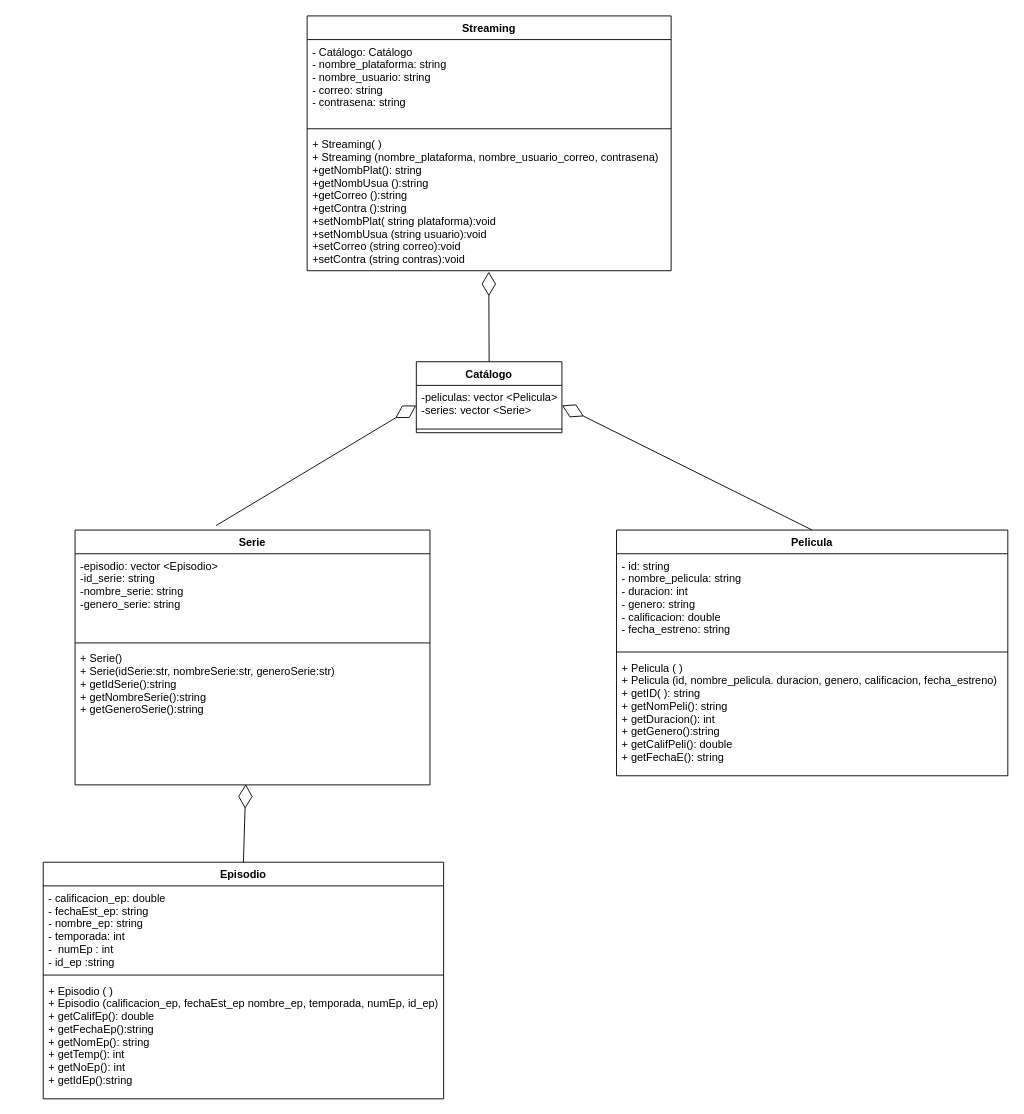
rosafigueroaA01748086/proyectointegrador-A01748800 keeps this draw.io diagram as page "UML" (1 of 2) of streaming.drawio. Above is the earlier version. Source tidied: cells renumbered, new cells numbered last; positions are measured from the earlier drawing's top-left corner, leaving out a move shared by most shapes. Both pictures are drawn from the tidied source at 91%, with x=0, y=0 at pixel (43, 15).
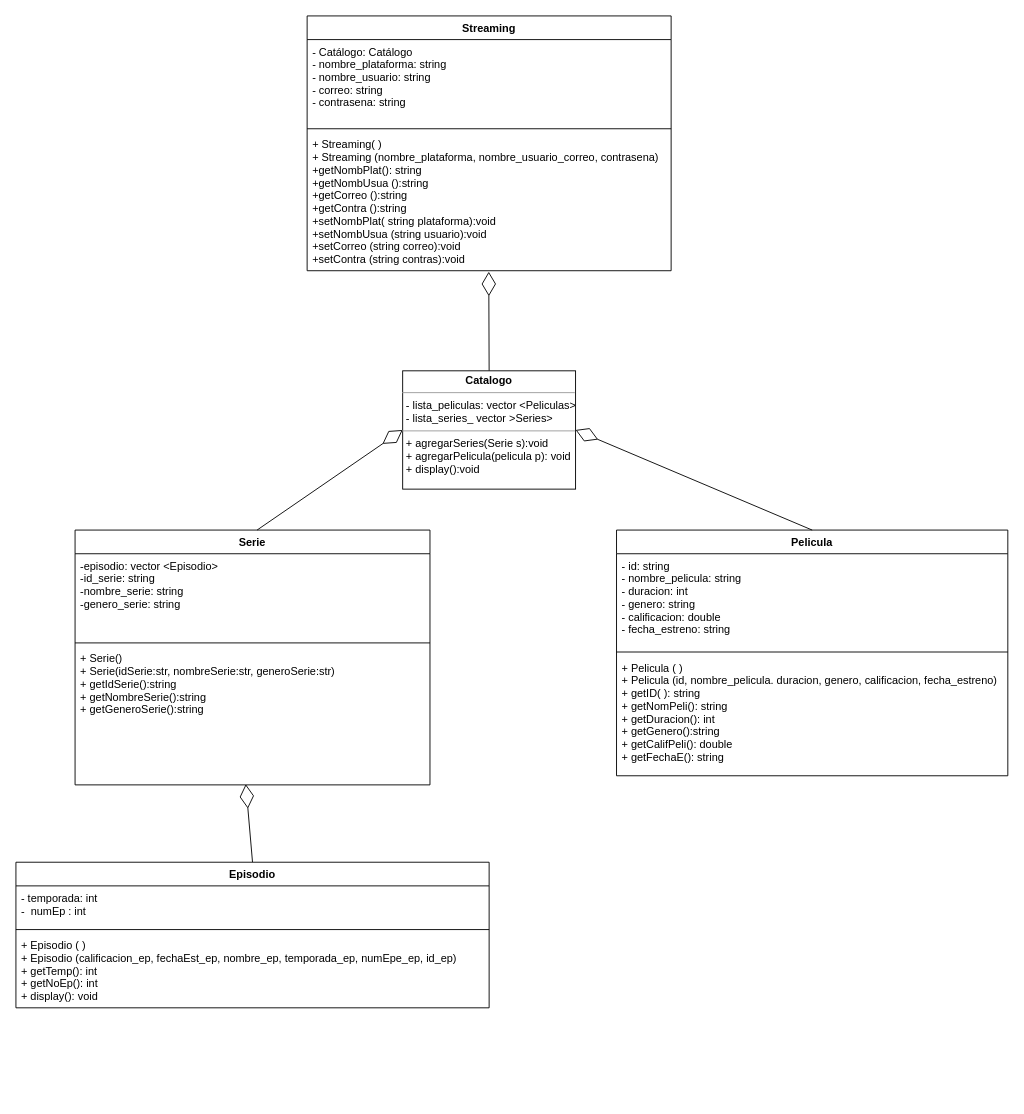
The same page after the edit.

The change refers to these unchanged cells:
```xml
<mxCell id="2" value="Pelicula" style="swimlane;fontStyle=1;align=center;verticalAlign=top;horizontal=1;startSize=26;" parent="1" vertex="1">
  <mxGeometry x="630" y="565" width="430" height="270" as="geometry" />
</mxCell>
<mxCell id="20" value="+ Streaming( )&#10;+ Streaming (nombre_plataforma, nombre_usuario_correo, contrasena)&#10;+getNombPlat(): string&#10;+getNombUsua ():string&#10;+getCorreo ():string&#10;+getContra ():string&#10;+setNombPlat( string plataforma):void&#10;+setNombUsua (string usuario):void&#10;+setCorreo (string correo):void&#10;+setContra (string contras):void" style="text;strokeColor=none;fillColor=none;align=left;verticalAlign=top;spacingLeft=4;spacingRight=4;overflow=hidden;points=[[0,0.5],[1,0.5]];portConstraint=eastwest;" parent="17" vertex="1">
  <mxGeometry y="128" width="400" height="152" as="geometry" />
</mxCell>
```

Change to the diagram source:
```diff
@@
-    <mxCell id="10" value="Episodio" style="swimlane;fontStyle=1;align=center;verticalAlign=top;horizontal=1;startSize=26;" parent="1" vertex="1">
-      <mxGeometry y="930" width="440" height="260" as="geometry" />
-    </mxCell>
-    <mxCell id="11" value="- calificacion_ep: double&#10;- fechaEst_ep: string&#10;- nombre_ep: string&#10;- temporada: int&#10;-  numEp : int&#10;- id_ep :string&#10;" style="text;strokeColor=none;fillColor=none;align=left;verticalAlign=top;spacingLeft=4;spacingRight=4;overflow=hidden;" parent="10" vertex="1">
-      <mxGeometry y="26" width="440" height="94" as="geometry" />
-    </mxCell>
-    <mxCell id="12" style="line;strokeWidth=1;fillColor=none;align=left;verticalAlign=middle;spacingTop=-1;spacingLeft=3;spacingRight=3;labelPosition=right;" parent="10" vertex="1">
-      <mxGeometry y="120" width="440" height="8" as="geometry" />
-    </mxCell>
-    <mxCell id="13" value="+ Episodio ( )&#10;+ Episodio (calificacion_ep, fechaEst_ep nombre_ep, temporada, numEp, id_ep)&#10;+ getCalifEp(): double&#10;+ getFechaEp():string&#10;+ getNomEp(): string&#10;+ getTemp(): int&#10;+ getNoEp(): int&#10;+ getIdEp():string&#10;&#10;" style="text;strokeColor=none;fillColor=none;align=left;verticalAlign=top;spacingLeft=4;spacingRight=4;overflow=hidden;" parent="10" vertex="1">
-      <mxGeometry y="128" width="440" height="132" as="geometry" />
-    </mxCell>
-    <mxCell id="14" value="Catálogo" style="swimlane;fontStyle=1;align=center;verticalAlign=top;horizontal=1;startSize=26;" parent="1" vertex="1">
-      <mxGeometry x="410" y="380" width="160" height="78" as="geometry" />
-    </mxCell>
-    <mxCell id="15" value="-peliculas: vector &lt;Pelicula&gt;&#10;-series: vector &lt;Serie&gt;&#10;&#10;" style="text;strokeColor=none;fillColor=none;align=left;verticalAlign=top;spacingLeft=4;spacingRight=4;overflow=hidden;points=[[0,0.5],[1,0.5]];portConstraint=eastwest;" parent="14" vertex="1">
-      <mxGeometry y="26" width="160" height="44" as="geometry" />
-    </mxCell>
-    <mxCell id="16" style="line;strokeWidth=1;fillColor=none;align=left;verticalAlign=middle;spacingTop=-1;spacingLeft=3;spacingRight=3;labelPosition=right;" parent="14" vertex="1">
-      <mxGeometry y="70" width="160" height="8" as="geometry" />
-    </mxCell>
@@
-    <mxCell id="21" style="endArrow=diamondThin;endFill=0;endSize=24;html=1;entryX=0;entryY=0.5;entryDx=0;entryDy=0;" parent="1" edge="1" target="15">
+    <mxCell id="21" style="endArrow=diamondThin;endFill=0;endSize=24;html=1;entryX=0;entryY=0.5;entryDx=0;entryDy=0;" parent="1" edge="1" target="25">
       <mxGeometry relative="1" as="geometry">
-        <mxPoint x="190" y="560" as="sourcePoint" />
+        <mxPoint x="235" y="565" as="sourcePoint" />
       </mxGeometry>
     </mxCell>
-    <mxCell id="22" style="endArrow=diamondThin;endFill=0;endSize=24;html=1;exitX=0.5;exitY=0;exitDx=0;exitDy=0;entryX=1;entryY=0.5;entryDx=0;entryDy=0;" parent="1" edge="1" source="2" target="15">
+    <mxCell id="22" style="endArrow=diamondThin;endFill=0;endSize=24;html=1;exitX=0.5;exitY=0;exitDx=0;exitDy=0;entryX=1;entryY=0.5;entryDx=0;entryDy=0;" parent="1" edge="1" source="2" target="25">
       <mxGeometry relative="1" as="geometry" />
     </mxCell>
@@
-    <mxCell id="24" style="endArrow=diamondThin;endFill=0;endSize=24;html=1;exitX=0.5;exitY=0;exitDx=0;exitDy=0;entryX=0.499;entryY=1.007;entryDx=0;entryDy=0;entryPerimeter=0;" parent="1" edge="1" source="14" target="20">
+    <mxCell id="24" style="endArrow=diamondThin;endFill=0;endSize=24;html=1;exitX=0.5;exitY=0;exitDx=0;exitDy=0;entryX=0.499;entryY=1.007;entryDx=0;entryDy=0;entryPerimeter=0;" parent="1" edge="1" source="25" target="20">
       <mxGeometry relative="1" as="geometry" />
     </mxCell>
+    <mxCell id="25" value="&lt;p style=&quot;margin: 0px ; margin-top: 4px ; text-align: center&quot;&gt;&lt;b&gt;Catalogo&lt;/b&gt;&lt;/p&gt;&lt;hr size=&quot;1&quot;&gt;&lt;p style=&quot;margin: 0px ; margin-left: 4px&quot;&gt;- lista_peliculas: vector &amp;lt;Peliculas&amp;gt;&lt;/p&gt;&lt;p style=&quot;margin: 0px ; margin-left: 4px&quot;&gt;- lista_series_ vector &amp;gt;Series&amp;gt;&lt;/p&gt;&lt;hr size=&quot;1&quot;&gt;&lt;p style=&quot;margin: 0px ; margin-left: 4px&quot;&gt;+ agregarSeries(Serie s):void&amp;nbsp;&lt;/p&gt;&lt;p style=&quot;margin: 0px ; margin-left: 4px&quot;&gt;+ agregarPelicula(pelicula p): void&lt;/p&gt;&lt;p style=&quot;margin: 0px ; margin-left: 4px&quot;&gt;+ display():void&amp;nbsp;&lt;/p&gt;" style="verticalAlign=top;align=left;overflow=fill;fontSize=12;fontFamily=Helvetica;html=1;" parent="1" vertex="1">
+      <mxGeometry x="395" y="390" width="190" height="130" as="geometry" />
+    </mxCell>
+    <mxCell id="10" value="Episodio" style="swimlane;fontStyle=1;align=center;verticalAlign=top;horizontal=1;startSize=26;" parent="1" vertex="1">
+      <mxGeometry x="-30" y="930" width="520" height="160" as="geometry" />
+    </mxCell>
+    <mxCell id="26" value="- temporada: int&#10;-  numEp : int&#10;" style="text;strokeColor=none;fillColor=none;align=left;verticalAlign=top;spacingLeft=4;spacingRight=4;overflow=hidden;" parent="10" vertex="1">
+      <mxGeometry y="26" width="520" height="44" as="geometry" />
+    </mxCell>
+    <mxCell id="27" style="line;strokeWidth=1;fillColor=none;align=left;verticalAlign=middle;spacingTop=-1;spacingLeft=3;spacingRight=3;labelPosition=right;" parent="10" vertex="1">
+      <mxGeometry y="70" width="520" height="8" as="geometry" />
+    </mxCell>
+    <mxCell id="28" value="+ Episodio ( )&#10;+ Episodio (calificacion_ep, fechaEst_ep, nombre_ep, temporada_ep, numEpe_ep, id_ep)&#10;+ getTemp(): int&#10;+ getNoEp(): int&#10;+ display(): void&#10;" style="text;strokeColor=none;fillColor=none;align=left;verticalAlign=top;spacingLeft=4;spacingRight=4;overflow=hidden;" parent="10" vertex="1">
+      <mxGeometry y="78" width="520" height="82" as="geometry" />
+    </mxCell>
```
